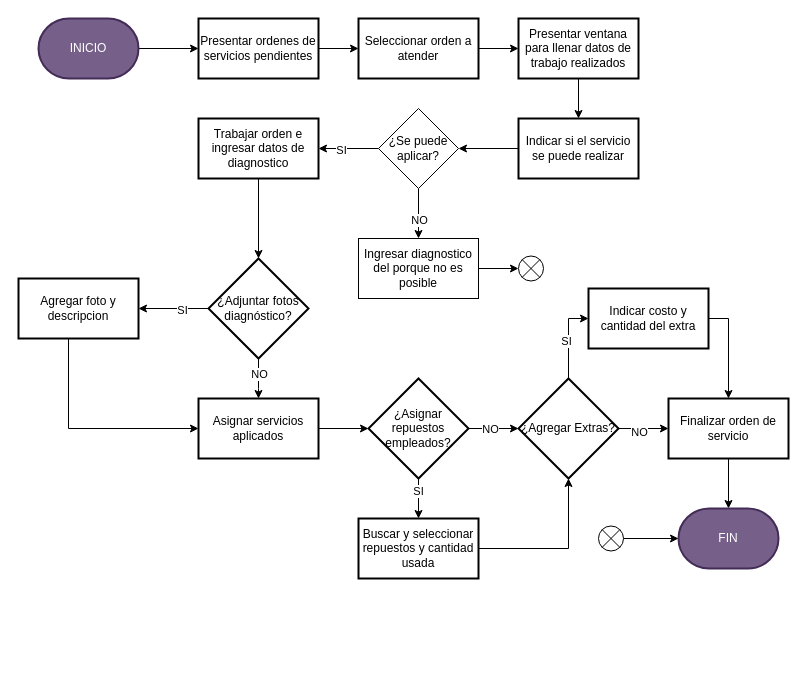
The draw.io diagram page "atender-orden-proceso" (7 of 13) of documentacion/diagramas.drawio in JaasielGuerra/ServiTec, before the edit. Source tidied: cells renumbered, new cells numbered last; positions are measured from the earlier drawing's top-left corner, leaving out a move shared by most shapes. Both pictures are drawn from the tidied source at 100%, with x=0, y=0 at pixel (18, 18).
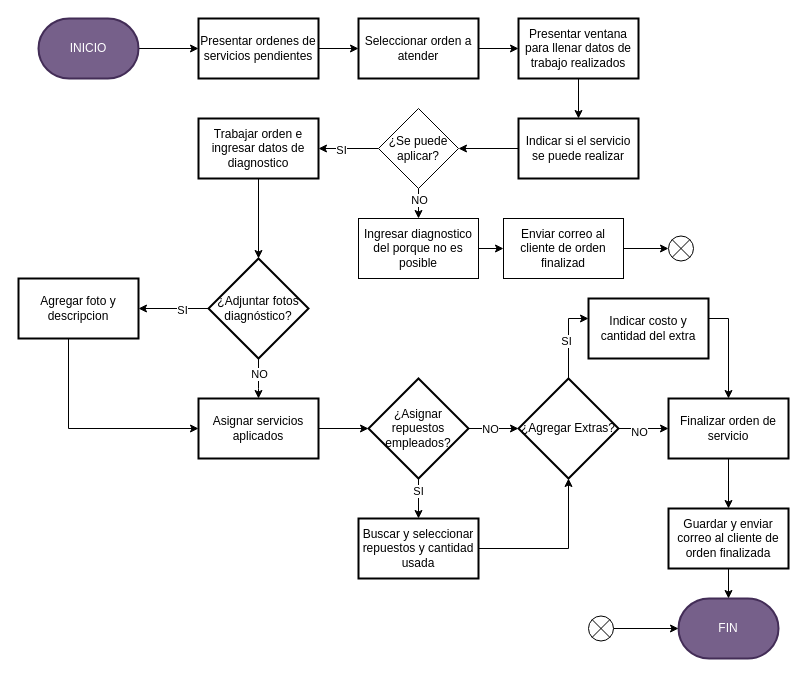
The same page after the edit.

The change refers to these unchanged cells:
```xml
<mxCell id="27" value="Finalizar orden de servicio" style="whiteSpace=wrap;html=1;strokeWidth=2;" parent="1" vertex="1">
  <mxGeometry x="650" y="380" width="120" height="60" as="geometry" />
</mxCell>
```

What changed in the source:
```diff
@@
-    <mxCell id="26" style="edgeStyle=orthogonalEdgeStyle;rounded=0;jettySize=auto;html=1;" parent="1" edge="1" source="27" target="40">
-      <mxGeometry relative="1" as="geometry" />
-    </mxCell>
+    <mxCell id="50" style="edgeStyle=orthogonalEdgeStyle;rounded=0;jettySize=auto;html=1;" parent="1" edge="1" source="27" target="55">
+      <mxGeometry relative="1" as="geometry" />
+    </mxCell>
@@
-    <mxCell id="37" style="edgeStyle=orthogonalEdgeStyle;rounded=0;jettySize=auto;html=1;" parent="1" edge="1" source="38" target="39">
-      <mxGeometry relative="1" as="geometry" />
-    </mxCell>
+    <mxCell id="51" style="edgeStyle=orthogonalEdgeStyle;rounded=0;jettySize=auto;html=1;" parent="1" edge="1" source="38" target="53">
+      <mxGeometry relative="1" as="geometry" />
+    </mxCell>
     <mxCell id="38" value="Ingresar diagnostico del porque no es posible" style="whiteSpace=wrap;html=1;" parent="1" vertex="1">
-      <mxGeometry x="340" y="220" width="120" height="60" as="geometry" />
+      <mxGeometry x="340" y="200" width="120" height="60" as="geometry" />
     </mxCell>
     <mxCell id="39" style="verticalLabelPosition=bottom;verticalAlign=top;html=1;shape=mxgraph.flowchart.or;" parent="1" vertex="1">
-      <mxGeometry x="500" y="237.5" width="25" height="25" as="geometry" />
+      <mxGeometry x="650" y="217.5" width="25" height="25" as="geometry" />
     </mxCell>
     <mxCell id="40" value="FIN" style="strokeWidth=2;html=1;shape=mxgraph.flowchart.terminator;whiteSpace=wrap;fillColor=#76608a;strokeColor=#432D57;fontColor=#ffffff;" parent="1" vertex="1">
-      <mxGeometry x="660" y="490" width="100" height="60" as="geometry" />
+      <mxGeometry x="660" y="580" width="100" height="60" as="geometry" />
     </mxCell>
@@
     <mxCell id="42" style="verticalLabelPosition=bottom;verticalAlign=top;html=1;shape=mxgraph.flowchart.or;" parent="1" vertex="1">
-      <mxGeometry x="580" y="507.5" width="25" height="25" as="geometry" />
+      <mxGeometry x="570" y="597.5" width="25" height="25" as="geometry" />
     </mxCell>
@@
     <mxCell id="49" value="Indicar costo y cantidad del extra" style="whiteSpace=wrap;html=1;strokeWidth=2;" parent="1" vertex="1">
-      <mxGeometry x="570" y="270" width="120" height="60" as="geometry" />
+      <mxGeometry x="570" y="280" width="120" height="60" as="geometry" />
     </mxCell>
+    <mxCell id="52" style="edgeStyle=orthogonalEdgeStyle;rounded=0;jettySize=auto;html=1;" parent="1" edge="1" source="53" target="39">
+      <mxGeometry relative="1" as="geometry" />
+    </mxCell>
+    <mxCell id="53" value="Enviar correo al cliente de orden finalizad" style="whiteSpace=wrap;html=1;" parent="1" vertex="1">
+      <mxGeometry x="485" y="200" width="120" height="60" as="geometry" />
+    </mxCell>
+    <mxCell id="54" style="edgeStyle=orthogonalEdgeStyle;rounded=0;jettySize=auto;html=1;" parent="1" edge="1" source="55" target="40">
+      <mxGeometry relative="1" as="geometry" />
+    </mxCell>
+    <mxCell id="55" value="Guardar y enviar correo al cliente de orden finalizada" style="whiteSpace=wrap;html=1;strokeWidth=2;" parent="1" vertex="1">
+      <mxGeometry x="650" y="490" width="120" height="60" as="geometry" />
+    </mxCell>
```
